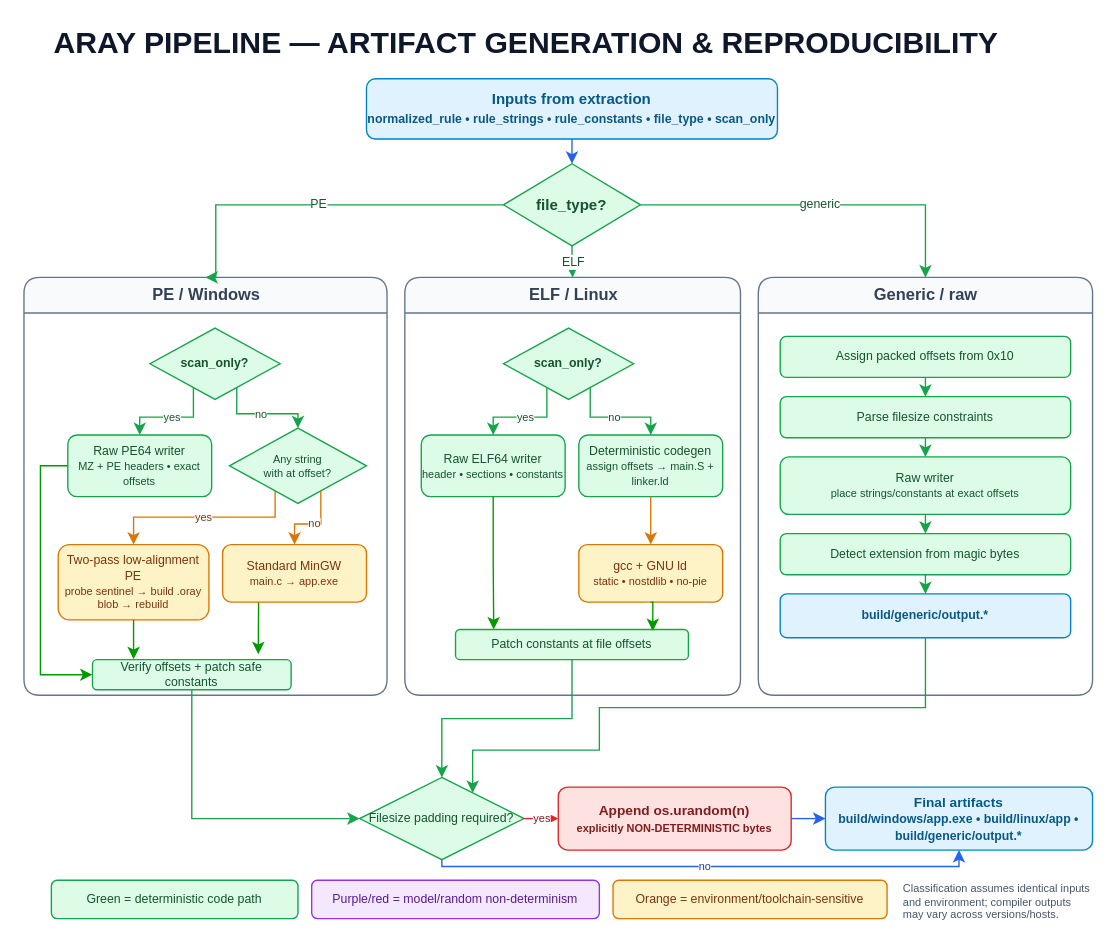
Above: page "2 - Artifact Generation" (2 of 2) of docs/sources/diagrams/aray-pipeline-determinism.drawio in c2dc/aray (draw.io), before the change. Source tidied: cells renumbered, new cells numbered last; positions are measured from the earlier drawing's top-left corner, leaving out a move shared by most shapes. Both pictures are drawn from the tidied source at 137%, with x=0, y=0 at pixel (23, 23).
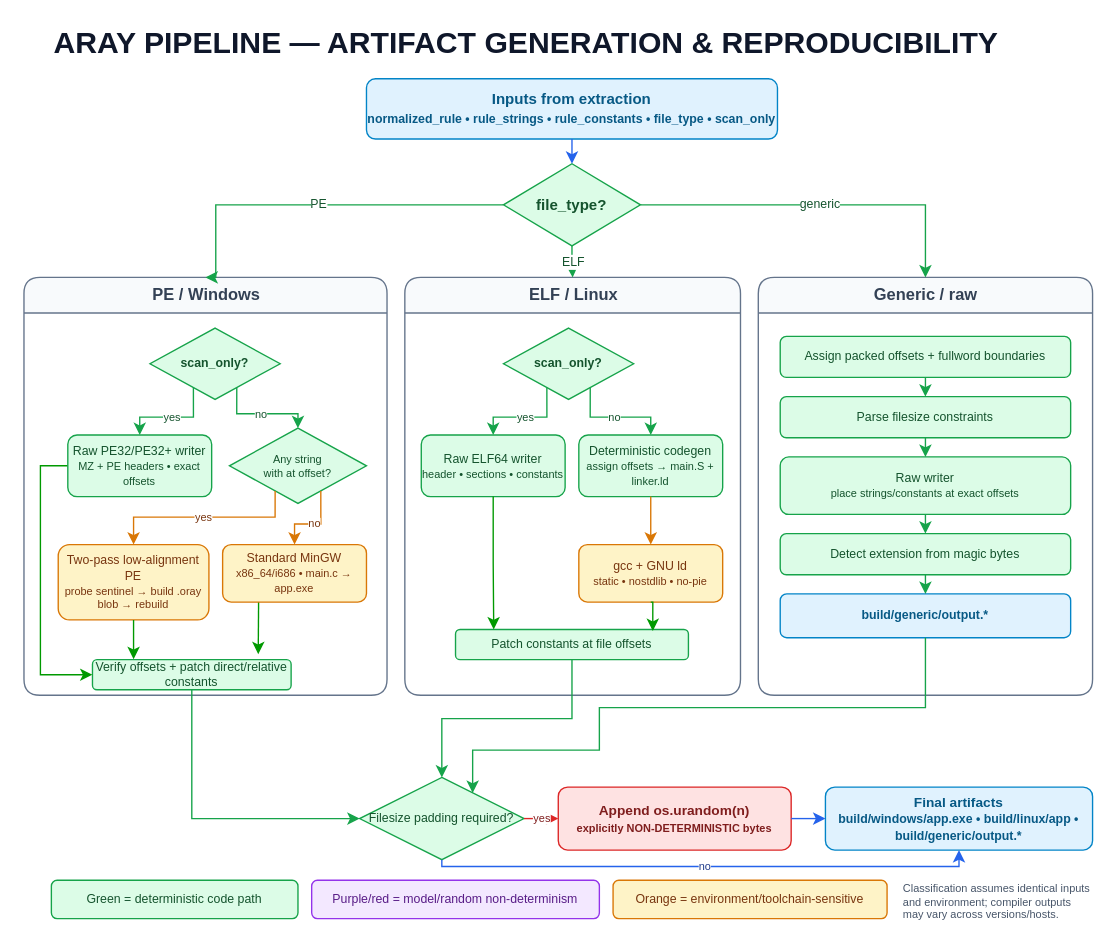
Above is the later version.

The change refers to these unchanged cells:
```xml
<mxCell id="5" value="PE / Windows" style="swimlane;html=1;rounded=1;startSize=26;fillColor=#f8fafc;strokeColor=#64748b;fontColor=#334155;fontStyle=1;fontSize=12;" parent="1" vertex="1">
  <mxGeometry y="185" width="265" height="305" as="geometry" />
</mxCell>
```

What changed in the source:
```diff
@@
-    <mxCell id="6" value="Verify offsets + patch safe constants" style="rounded=1;whiteSpace=wrap;html=1;fillColor=#dcfce7;strokeColor=#16a34a;fontColor=#14532d;fontSize=9;" parent="5" vertex="1">
+    <mxCell id="6" value="Verify offsets + patch direct/relative constants" style="rounded=1;whiteSpace=wrap;html=1;fillColor=#dcfce7;strokeColor=#16a34a;fontColor=#14532d;fontSize=9;" parent="5" vertex="1">
       <mxGeometry x="50" y="279" width="145" height="22" as="geometry" />
     </mxCell>
@@
-    <mxCell id="9" value="Raw PE64 writer&lt;br&gt;&lt;font style=&quot;font-size:8px&quot;&gt;MZ + PE headers • exact offsets&lt;/font&gt;" style="rounded=1;whiteSpace=wrap;html=1;fillColor=#dcfce7;strokeColor=#16a34a;fontColor=#14532d;fontSize=9;" parent="1" vertex="1">
+    <mxCell id="9" value="Raw PE32/PE32+ writer&lt;br&gt;&lt;font style=&quot;font-size:8px&quot;&gt;MZ + PE headers • exact offsets&lt;/font&gt;" style="rounded=1;whiteSpace=wrap;html=1;fillColor=#dcfce7;strokeColor=#16a34a;fontColor=#14532d;fontSize=9;" parent="1" vertex="1">
       <mxGeometry x="32" y="300" width="105" height="45" as="geometry" />
     </mxCell>
@@
-    <mxCell id="12" value="Standard MinGW&lt;br&gt;&lt;font style=&quot;font-size:8px&quot;&gt;main.c → app.exe&lt;/font&gt;" style="rounded=1;whiteSpace=wrap;html=1;fillColor=#fef3c7;strokeColor=#d97706;fontColor=#78350f;fontSize=9;" parent="1" vertex="1">
+    <mxCell id="12" value="Standard MinGW&lt;br&gt;&lt;font style=&quot;font-size:8px&quot;&gt;x86_64/i686 • main.c → app.exe&lt;/font&gt;" style="rounded=1;whiteSpace=wrap;html=1;fillColor=#fef3c7;strokeColor=#d97706;fontColor=#78350f;fontSize=9;" parent="1" vertex="1">
       <mxGeometry x="145" y="380" width="105" height="42" as="geometry" />
     </mxCell>
@@
-    <mxCell id="21" value="Assign packed offsets from 0x10" style="rounded=1;whiteSpace=wrap;html=1;fillColor=#dcfce7;strokeColor=#16a34a;fontColor=#14532d;fontSize=9;" parent="1" vertex="1">
+    <mxCell id="21" value="Assign packed offsets + fullword boundaries" style="rounded=1;whiteSpace=wrap;html=1;fillColor=#dcfce7;strokeColor=#16a34a;fontColor=#14532d;fontSize=9;" parent="1" vertex="1">
       <mxGeometry x="552" y="228" width="212" height="30" as="geometry" />
     </mxCell>
```
